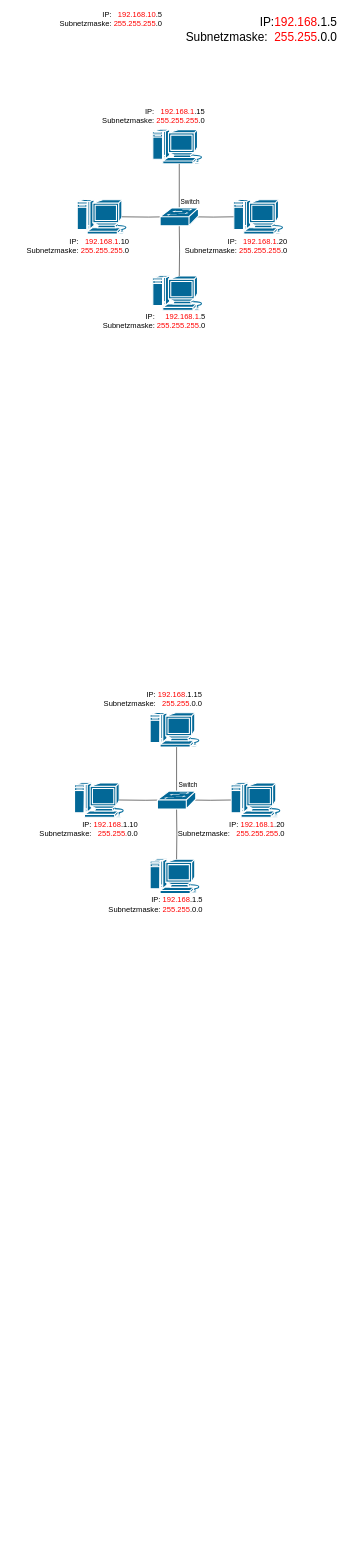
Before: Unbenanntes Diagramm.drawio in PLAD26/OSI-Modell, a draw.io diagram. Source tidied: cells renumbered, new cells numbered last; positions are measured from the earlier drawing's top-left corner, leaving out a move shared by most shapes. Both pictures are drawn from the tidied source at 54%, with x=0, y=0 at pixel (9, 10).
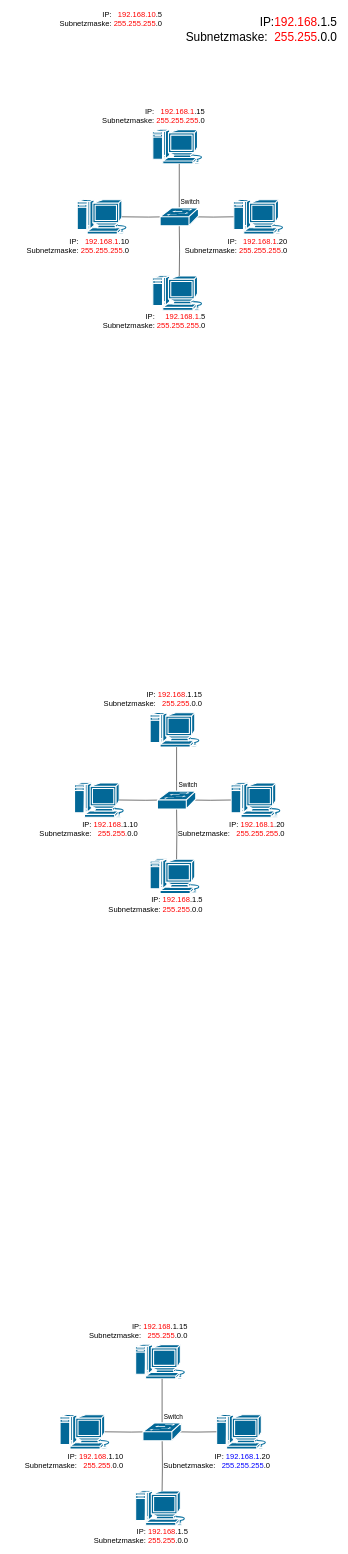
After the change.

What changed in the source:
```diff
@@
+    <mxCell id="32" style="sketch=0;html=1;dashed=0;fillColor=#036897;strokeColor=#ffffff;strokeWidth=2;verticalLabelPosition=bottom;verticalAlign=top;align=center;outlineConnect=0;shape=mxgraph.cisco.computers_and_peripherals.macintosh;" parent="1" vertex="1">
+      <mxGeometry x="234.2" y="2470" width="99" height="64" as="geometry" />
+    </mxCell>
+    <mxCell id="33" style="sketch=0;html=1;dashed=0;fillColor=#036897;strokeColor=#ffffff;strokeWidth=2;verticalLabelPosition=bottom;verticalAlign=top;align=center;outlineConnect=0;shape=mxgraph.cisco.computers_and_peripherals.macintosh;" parent="1" vertex="1">
+      <mxGeometry x="234.2" y="2741" width="99" height="64" as="geometry" />
+    </mxCell>
+    <mxCell id="34" style="sketch=0;html=1;dashed=0;fillColor=#036897;strokeColor=#ffffff;strokeWidth=2;verticalLabelPosition=bottom;verticalAlign=top;align=center;outlineConnect=0;shape=mxgraph.cisco.computers_and_peripherals.macintosh;" parent="1" vertex="1">
+      <mxGeometry x="384.2" y="2600" width="99" height="64" as="geometry" />
+    </mxCell>
+    <mxCell id="35" style="sketch=0;html=1;dashed=0;fillColor=#036897;strokeColor=#ffffff;strokeWidth=2;verticalLabelPosition=bottom;verticalAlign=top;align=center;outlineConnect=0;shape=mxgraph.cisco.computers_and_peripherals.macintosh;" parent="1" vertex="1">
+      <mxGeometry x="94.2" y="2600" width="99" height="64" as="geometry" />
+    </mxCell>
+    <mxCell id="36" style="edgeStyle=orthogonalEdgeStyle;rounded=0;jettySize=auto;html=1;endArrow=none;endFill=0;entryX=0.5;entryY=0.01;entryDx=0;entryDy=0;entryPerimeter=0;" parent="1" edge="1" target="33">
+      <mxGeometry relative="1" as="geometry">
+        <mxPoint x="283.8" y="2649" as="sourcePoint" />
+      </mxGeometry>
+    </mxCell>
+    <mxCell id="37" style="edgeStyle=orthogonalEdgeStyle;rounded=0;jettySize=auto;html=1;exitX=1;exitY=0.5;exitDx=0;exitDy=0;endArrow=none;endFill=0;" parent="1" edge="1" target="34">
+      <mxGeometry relative="1" as="geometry">
+        <mxPoint x="307.8" y="2632" as="sourcePoint" />
+      </mxGeometry>
+    </mxCell>
+    <mxCell id="38" style="edgeStyle=orthogonalEdgeStyle;rounded=0;jettySize=auto;html=1;entryX=0.5;entryY=1;entryDx=0;entryDy=0;entryPerimeter=0;endArrow=none;endFill=0;exitX=0.5;exitY=0;exitDx=0;exitDy=0;exitPerimeter=0;" parent="1" edge="1" source="43" target="32">
+      <mxGeometry relative="1" as="geometry" />
+    </mxCell>
+    <mxCell id="39" style="edgeStyle=orthogonalEdgeStyle;rounded=0;jettySize=auto;html=1;exitX=0;exitY=0.5;exitDx=0;exitDy=0;entryX=0.84;entryY=0.5;entryDx=0;entryDy=0;entryPerimeter=0;endArrow=none;endFill=0;" parent="1" edge="1" target="35">
+      <mxGeometry relative="1" as="geometry">
+        <mxPoint x="259.8" y="2632" as="sourcePoint" />
+      </mxGeometry>
+    </mxCell>
+    <mxCell id="40" value="IP:&amp;nbsp;&lt;font style=&quot;color: rgb(255, 0, 0);&quot;&gt;192.168&lt;/font&gt;&lt;font style=&quot;color: rgb(0, 0, 0);&quot;&gt;.1&lt;/font&gt;.15&lt;div&gt;Subnetzmaske:&amp;nbsp; &amp;nbsp;&lt;font style=&quot;color: rgb(255, 0, 0);&quot;&gt;255.255&lt;/font&gt;.0.0&lt;/div&gt;" style="text;html=1;whiteSpace=wrap;strokeColor=none;fillColor=none;align=right;verticalAlign=middle;rounded=0;fontSize=14;" parent="1" vertex="1">
+      <mxGeometry x="92.2" y="2430" width="241" height="30" as="geometry" />
+    </mxCell>
+    <mxCell id="41" value="IP:&amp;nbsp;&lt;font style=&quot;color: rgb(255, 0, 0);&quot;&gt;192.168&lt;/font&gt;&lt;font style=&quot;color: rgb(0, 0, 0);&quot;&gt;.1&lt;/font&gt;.5&lt;div&gt;Subnetzmaske: &lt;font style=&quot;color: rgb(255, 0, 0);&quot;&gt;255.255&lt;/font&gt;.0.0&lt;/div&gt;" style="text;html=1;whiteSpace=wrap;strokeColor=none;fillColor=none;align=right;verticalAlign=middle;rounded=0;fontSize=14;" parent="1" vertex="1">
+      <mxGeometry x="107.8" y="2810" width="225.5" height="30" as="geometry" />
+    </mxCell>
+    <mxCell id="42" value="IP:&amp;nbsp;&lt;span&gt;&lt;span style=&quot;color: rgb(0, 0, 255);&quot;&gt;&lt;font style=&quot;&quot;&gt;192.168&lt;/font&gt;&lt;font style=&quot;&quot;&gt;.1&lt;/font&gt;&lt;/span&gt;&lt;span style=&quot;color: light-dark(rgb(0, 0, 0), rgb(205, 205, 255));&quot;&gt;.20&lt;/span&gt;&lt;/span&gt;&lt;div&gt;Subnetzmaske:&amp;nbsp; &amp;nbsp;&lt;span&gt;&lt;span style=&quot;color: light-dark(rgb(0, 0, 255), rgb(205, 205, 255));&quot;&gt;&lt;font style=&quot;&quot;&gt;255.255&lt;/font&gt;&lt;font style=&quot;&quot;&gt;.255&lt;/font&gt;&lt;/span&gt;&lt;span style=&quot;color: rgb(0, 0, 0);&quot;&gt;.0&lt;/span&gt;&lt;/span&gt;&lt;/div&gt;" style="text;html=1;whiteSpace=wrap;strokeColor=none;fillColor=none;align=right;verticalAlign=middle;rounded=0;fontSize=14;" parent="1" vertex="1">
+      <mxGeometry x="259.8" y="2670" width="225.5" height="30" as="geometry" />
+    </mxCell>
+    <mxCell id="43" style="strokeColor=#ffffff;sketch=0;html=1;dashed=0;fillColor=#036897;strokeWidth=2;verticalLabelPosition=bottom;verticalAlign=top;align=center;outlineConnect=0;shape=mxgraph.cisco.switches.workgroup_switch;" parent="1" vertex="1">
+      <mxGeometry x="248.2" y="2615.5" width="71" height="33" as="geometry" />
+    </mxCell>
+    <mxCell id="44" value="IP:&amp;nbsp;&lt;font style=&quot;color: rgb(255, 0, 0);&quot;&gt;192.16&lt;/font&gt;&lt;font style=&quot;color: rgb(255, 0, 0);&quot;&gt;8&lt;/font&gt;&lt;font style=&quot;color: light-dark(rgb(0, 0, 0), rgb(237, 237, 237));&quot;&gt;.1&lt;/font&gt;.10&lt;div&gt;Subnetzmaske:&amp;nbsp; &amp;nbsp;&lt;font style=&quot;background-color: transparent; color: rgb(255, 0, 0);&quot;&gt;255.255.&lt;/font&gt;&lt;span style=&quot;background-color: transparent; color: light-dark(rgb(0, 0, 0), rgb(255, 255, 255));&quot;&gt;0.0&lt;/span&gt;&lt;/div&gt;" style="text;html=1;whiteSpace=wrap;strokeColor=none;fillColor=none;align=right;verticalAlign=middle;rounded=0;fontSize=14;" parent="1" vertex="1">
+      <mxGeometry x="19.2" y="2670" width="194.9" height="30" as="geometry" />
+    </mxCell>
+    <mxCell id="45" value="Switch" style="text;html=1;whiteSpace=wrap;strokeColor=none;fillColor=none;align=center;verticalAlign=middle;rounded=0;" parent="1" vertex="1">
+      <mxGeometry x="275.2" y="2590" width="60" height="30" as="geometry" />
+    </mxCell>
```
